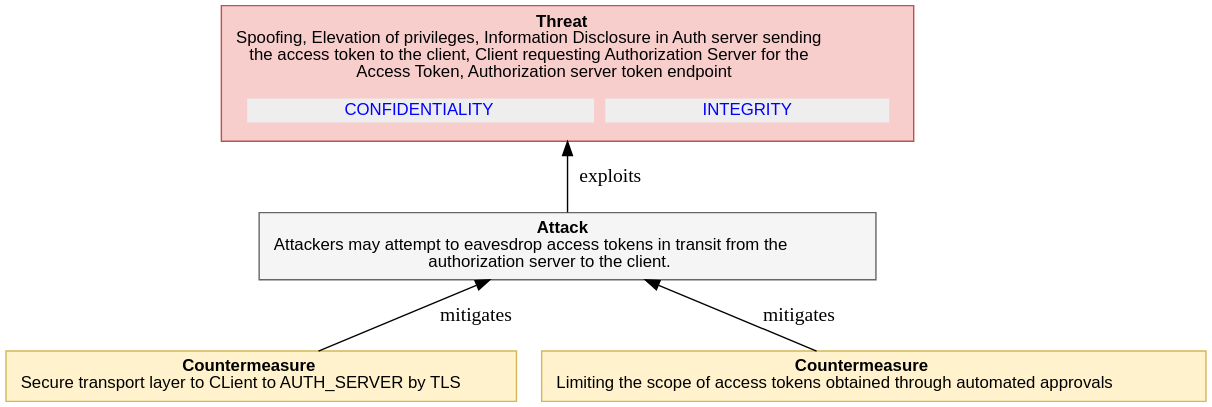
This is report-examples/OAuth2/img/threatTree/4_3_1_EAVESDROPPING_ACCESS_TOKENS1.svg from DavidCervigni/threat-models, a PlantUML export, as it was before one commit. Its source is kept beside it as report-examples/OAuth2/img/threatTree/4_3_1_EAVESDROPPING_ACCESS_TOKENS1.puml. Its diagram source:
```plantuml
@startuml
digraph G {
rankdir="BT";
  node [shape=plaintext, fontname="Arial" fontsize="12"];
    "4_3_1_EAVESDROPPING_ACCESS_TOKENS1" [ fillcolor="#F8CECC", style=filled, shape=polygon, color="#B85450"
    label=
    <<table border="0" cellborder="0" cellspacing="0">
     <tr><td align="center"><b>Threat</b><br/>

Spoofing, Elevation of privileges, Information Disclosure in Auth server sending<br/>the access token to the client, Client requesting Authorization Server for the<br/>Access Token, Authorization server token endpoint
</td></tr>
     <tr><td><table border="0" cellborder="0" cellspacing="8"><tr>
                ret += secObj.linkedImpactMDText()
     <td align="center" href="#OAuth2.CONFIDENTIALITY" bgcolor="#EEEEEE"><font color="blue">CONFIDENTIALITY</font></td>
                ret += secObj.linkedImpactMDText()
     <td align="center" href="#OAuth2.INTEGRITY" bgcolor="#EEEEEE"><font color="blue">INTEGRITY</font></td>
     </tr></table></td></tr>
   </table>>
   ];

"4_3_1_EAVESDROPPING_ACCESS_TOKENS1_attack" [ fillcolor="#f5f5f5", style=filled, shape=polygon, color="#666666", label =
    <<table border="0" cellborder="0" cellspacing="0">
     <tr><td align="center"><b>Attack</b><br/>

Attackers may attempt to eavesdrop access tokens in transit from the<br/>authorization server to the client.
</td></tr>
   </table>>
    ]

"4_3_1_EAVESDROPPING_ACCESS_TOKENS1_attack" -> "4_3_1_EAVESDROPPING_ACCESS_TOKENS1"  [label = " exploits"]

    "4_3_1_EAVESDROPPING_ACCESS_TOKENS1_countermeasure0" [
       fillcolor="#FFF2CC", style=filled, shape=polygon, color="#D6B656", label =
    <<table border="0" cellborder="0" cellspacing="0">
     <tr><td align="left"><b>Countermeasure</b><br/>

Secure transport layer to CLient to AUTH_SERVER by TLS
</td></tr>
   </table>>
   ]

     "4_3_1_EAVESDROPPING_ACCESS_TOKENS1_countermeasure0" -> "4_3_1_EAVESDROPPING_ACCESS_TOKENS1_attack" [label = " mitigates"]

    "4_3_1_EAVESDROPPING_ACCESS_TOKENS1_countermeasure1" [
       fillcolor="#FFF2CC", style=filled, shape=polygon, color="#D6B656", label =
    <<table border="0" cellborder="0" cellspacing="0">
     <tr><td align="left"><b>Countermeasure</b><br/>

Limiting the scope of access tokens obtained through automated approvals
</td></tr>
   </table>>
   ]

     "4_3_1_EAVESDROPPING_ACCESS_TOKENS1_countermeasure1" -> "4_3_1_EAVESDROPPING_ACCESS_TOKENS1_attack" [label = " mitigates"]

}
@enduml
```
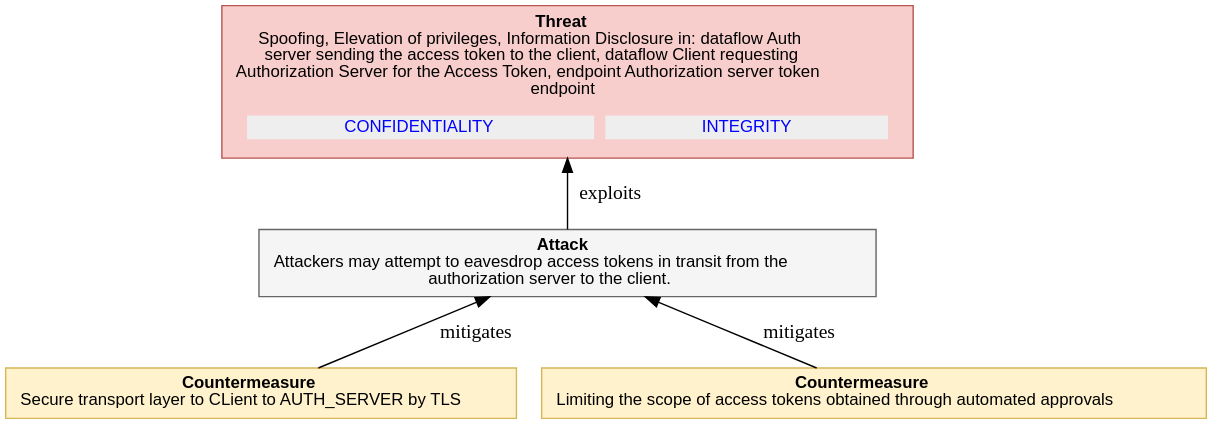
The same diagram one commit later.

What changed in the source:
```diff
@@ -7,7 +7,7 @@
     <<table border="0" cellborder="0" cellspacing="0">
      <tr><td align="center"><b>Threat</b><br/>
 
-Spoofing, Elevation of privileges, Information Disclosure in Auth server sending<br/>the access token to the client, Client requesting Authorization Server for the<br/>Access Token, Authorization server token endpoint
+Spoofing, Elevation of privileges, Information Disclosure in: dataflow Auth<br/>server sending the access token to the client, dataflow Client requesting<br/>Authorization Server for the Access Token, endpoint Authorization server token<br/>endpoint
 </td></tr>
      <tr><td><table border="0" cellborder="0" cellspacing="8"><tr>
                 ret += secObj.linkedImpactMDText()
```
